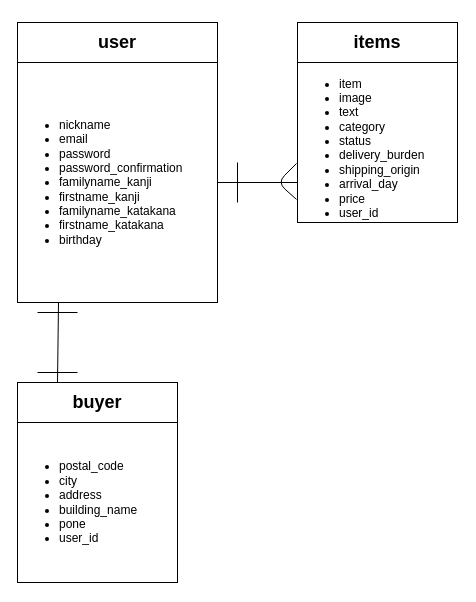
This is furima.drawio from teruan777/furima_28422, a draw.io file, before an edit. Source tidied: cells renumbered, new cells numbered last; positions are measured from the earlier drawing's top-left corner, leaving out a move shared by most shapes. Both pictures are drawn from the tidied source at 100%, with x=0, y=0 at pixel (17, 22).
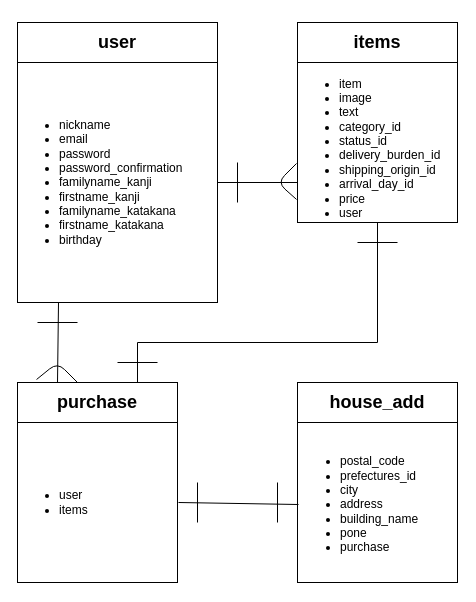
Above is the later version.

Commit message (it also covers changes not shown here):
ER図とREADMEの再々修正

Diff of the diagram source:
```diff
@@
+    <mxCell id="17" style="rounded=0;whiteSpace=wrap;html=1;" parent="1" vertex="1">
+      <mxGeometry x="280" y="400" width="160" height="160" as="geometry" />
+    </mxCell>
@@
-    <mxCell id="5" value="&lt;h2&gt;buyer&lt;/h2&gt;" style="rounded=0;whiteSpace=wrap;html=1;" parent="1" vertex="1">
+    <mxCell id="5" value="&lt;h2&gt;purchase&lt;/h2&gt;" style="rounded=0;whiteSpace=wrap;html=1;" parent="1" vertex="1">
       <mxGeometry y="360" width="160" height="40" as="geometry" />
     </mxCell>
-    <mxCell id="6" value="&lt;ul&gt;&lt;li&gt;postal_code&lt;/li&gt;&lt;li&gt;city&lt;/li&gt;&lt;li&gt;address&lt;/li&gt;&lt;li&gt;building_name&lt;/li&gt;&lt;li&gt;pone&lt;/li&gt;&lt;li&gt;user_id&lt;/li&gt;&lt;/ul&gt;" style="text;strokeColor=none;fillColor=none;html=1;whiteSpace=wrap;verticalAlign=middle;overflow=hidden;" parent="1" vertex="1">
+    <mxCell id="6" value="&lt;ul&gt;&lt;li&gt;user&lt;/li&gt;&lt;li&gt;items&lt;/li&gt;&lt;/ul&gt;" style="text;strokeColor=none;fillColor=none;html=1;whiteSpace=wrap;verticalAlign=middle;overflow=hidden;" parent="1" vertex="1">
       <mxGeometry y="400" width="160" height="160" as="geometry" />
     </mxCell>
@@
-    <mxCell id="10" value="&lt;ul&gt;&lt;li&gt;item&lt;/li&gt;&lt;li&gt;image&lt;/li&gt;&lt;li&gt;text&lt;/li&gt;&lt;li&gt;category&lt;/li&gt;&lt;li&gt;status&lt;/li&gt;&lt;li&gt;delivery_burden&lt;/li&gt;&lt;li&gt;shipping_origin&lt;/li&gt;&lt;li&gt;arrival_day&lt;/li&gt;&lt;li&gt;price&lt;/li&gt;&lt;li&gt;user_id&lt;/li&gt;&lt;/ul&gt;" style="text;strokeColor=none;fillColor=none;html=1;whiteSpace=wrap;verticalAlign=middle;overflow=hidden;" parent="1" vertex="1">
+    <mxCell id="10" value="&lt;ul&gt;&lt;li&gt;item&lt;/li&gt;&lt;li&gt;image&lt;/li&gt;&lt;li&gt;text&lt;/li&gt;&lt;li&gt;category_id&lt;/li&gt;&lt;li&gt;status_id&lt;/li&gt;&lt;li&gt;delivery_burden_id&lt;/li&gt;&lt;li&gt;shipping_origin_id&lt;/li&gt;&lt;li&gt;arrival_day_id&lt;/li&gt;&lt;li&gt;price&lt;/li&gt;&lt;li&gt;user&lt;/li&gt;&lt;/ul&gt;" style="text;strokeColor=none;fillColor=none;html=1;whiteSpace=wrap;verticalAlign=middle;overflow=hidden;" parent="1" vertex="1">
       <mxGeometry x="280" y="40" width="160" height="160" as="geometry" />
     </mxCell>
@@
     <mxCell id="15" style="endArrow=none;html=1;" parent="1" edge="1">
       <mxGeometry relative="1" as="geometry">
-        <mxPoint x="20" y="290" as="sourcePoint" />
-        <mxPoint x="60" y="290" as="targetPoint" />
+        <mxPoint x="20" y="300" as="sourcePoint" />
+        <mxPoint x="60" y="300" as="targetPoint" />
       </mxGeometry>
     </mxCell>
-    <mxCell id="16" style="endArrow=none;html=1;" parent="1" edge="1">
+    <mxCell id="16" style="endArrow=none;html=1;exitX=0.119;exitY=-0.075;exitDx=0;exitDy=0;exitPerimeter=0;" parent="1" edge="1" source="5" target="5">
       <mxGeometry relative="1" as="geometry">
-        <mxPoint x="20" y="350" as="sourcePoint" />
-        <mxPoint x="60" y="350" as="targetPoint" />
+        <Array as="points">
+          <mxPoint x="40" y="340" />
+          <mxPoint x="40" y="340" />
+        </Array>
       </mxGeometry>
     </mxCell>
+    <mxCell id="18" value="&lt;h2&gt;house_add&lt;/h2&gt;" style="rounded=0;whiteSpace=wrap;html=1;" parent="1" vertex="1">
+      <mxGeometry x="280" y="360" width="160" height="40" as="geometry" />
+    </mxCell>
+    <mxCell id="19" value="&lt;ul&gt;&lt;li&gt;postal_code&lt;/li&gt;&lt;li&gt;prefectures_id&lt;/li&gt;&lt;li&gt;city&lt;/li&gt;&lt;li&gt;address&lt;/li&gt;&lt;li&gt;building_name&lt;/li&gt;&lt;li&gt;pone&lt;/li&gt;&lt;li&gt;purchase&lt;/li&gt;&lt;/ul&gt;" style="text;strokeColor=none;fillColor=none;html=1;whiteSpace=wrap;verticalAlign=middle;overflow=hidden;" parent="1" vertex="1">
+      <mxGeometry x="281" y="402" width="160" height="160" as="geometry" />
+    </mxCell>
+    <mxCell id="20" style="endArrow=none;html=1;entryX=0;entryY=0.5;entryDx=0;entryDy=0;" parent="1" edge="1" target="19">
+      <mxGeometry relative="1" as="geometry">
+        <mxPoint x="161" y="480" as="sourcePoint" />
+      </mxGeometry>
+    </mxCell>
+    <mxCell id="21" style="endArrow=none;html=1;" parent="1" edge="1">
+      <mxGeometry relative="1" as="geometry">
+        <mxPoint x="180" y="500" as="sourcePoint" />
+        <mxPoint x="180" y="460" as="targetPoint" />
+      </mxGeometry>
+    </mxCell>
+    <mxCell id="22" style="endArrow=none;html=1;" parent="1" edge="1">
+      <mxGeometry relative="1" as="geometry">
+        <mxPoint x="260" y="460" as="sourcePoint" />
+        <mxPoint x="260" y="500" as="targetPoint" />
+      </mxGeometry>
+    </mxCell>
+    <mxCell id="23" style="endArrow=none;html=1;exitX=0.75;exitY=0;exitDx=0;exitDy=0;" parent="1" edge="1" source="5">
+      <mxGeometry relative="1" as="geometry">
+        <mxPoint x="120" y="320" as="targetPoint" />
+      </mxGeometry>
+    </mxCell>
+    <mxCell id="24" style="endArrow=none;html=1;" parent="1" edge="1">
+      <mxGeometry relative="1" as="geometry">
+        <mxPoint x="120" y="320" as="sourcePoint" />
+        <mxPoint x="360" y="320" as="targetPoint" />
+      </mxGeometry>
+    </mxCell>
+    <mxCell id="25" style="endArrow=none;html=1;entryX=0.5;entryY=1;entryDx=0;entryDy=0;" parent="1" edge="1" target="10">
+      <mxGeometry relative="1" as="geometry">
+        <mxPoint x="360" y="320" as="sourcePoint" />
+      </mxGeometry>
+    </mxCell>
+    <mxCell id="26" style="endArrow=none;html=1;" parent="1" edge="1">
+      <mxGeometry relative="1" as="geometry">
+        <mxPoint x="340" y="220" as="sourcePoint" />
+        <mxPoint x="380" y="220" as="targetPoint" />
+      </mxGeometry>
+    </mxCell>
+    <mxCell id="27" style="endArrow=none;html=1;" parent="1" edge="1">
+      <mxGeometry relative="1" as="geometry">
+        <mxPoint x="100" y="340" as="sourcePoint" />
+        <mxPoint x="140" y="340" as="targetPoint" />
+      </mxGeometry>
+    </mxCell>
```
